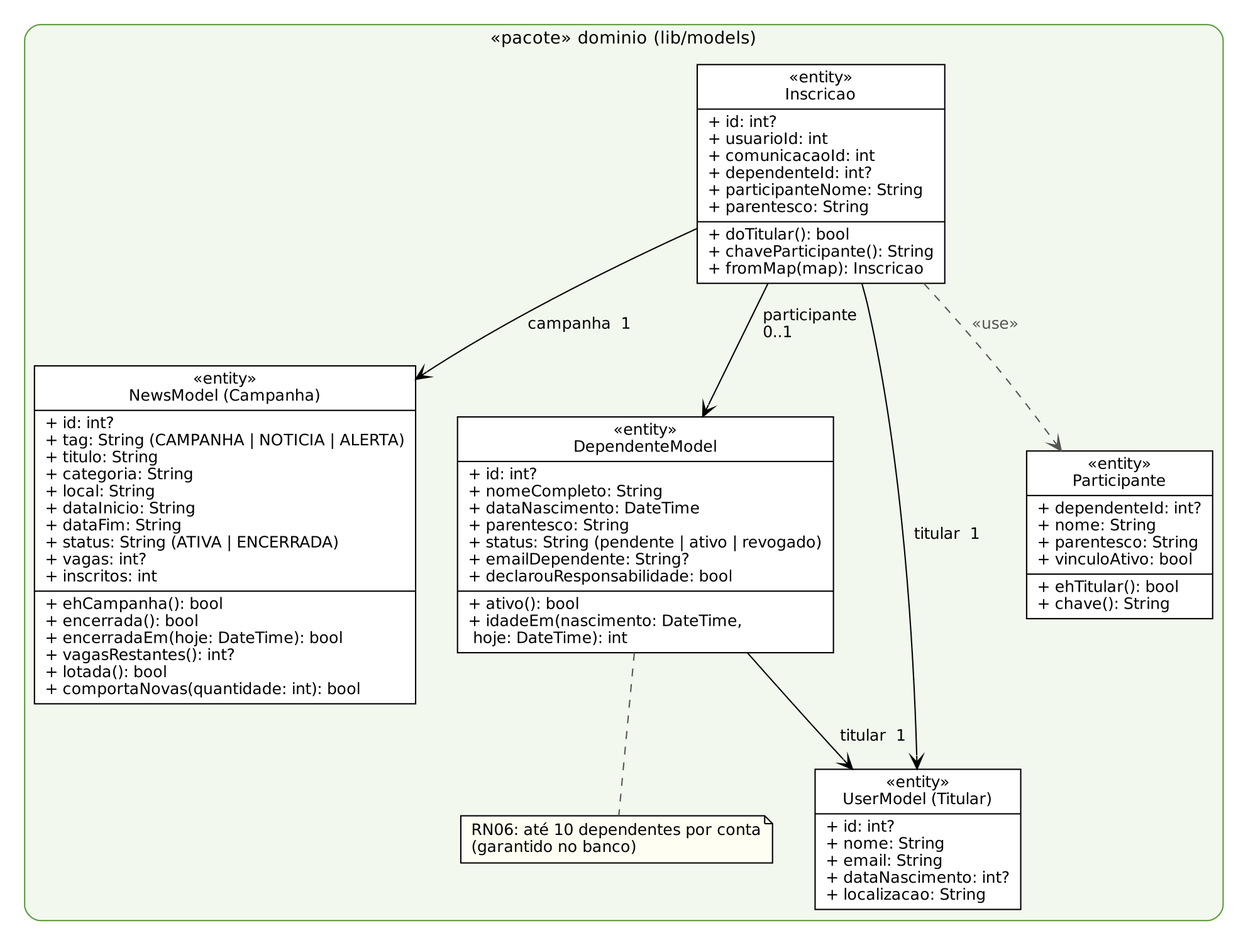
Conecta-Vida/Conecta-Vida-Mobile keeps this Graphviz diagram as qualidade/diagramas/ex02_classes_dominio.png. Above is the earlier version. Its source is kept beside it as qualidade/diagramas/ex02_classes_dominio.dot.
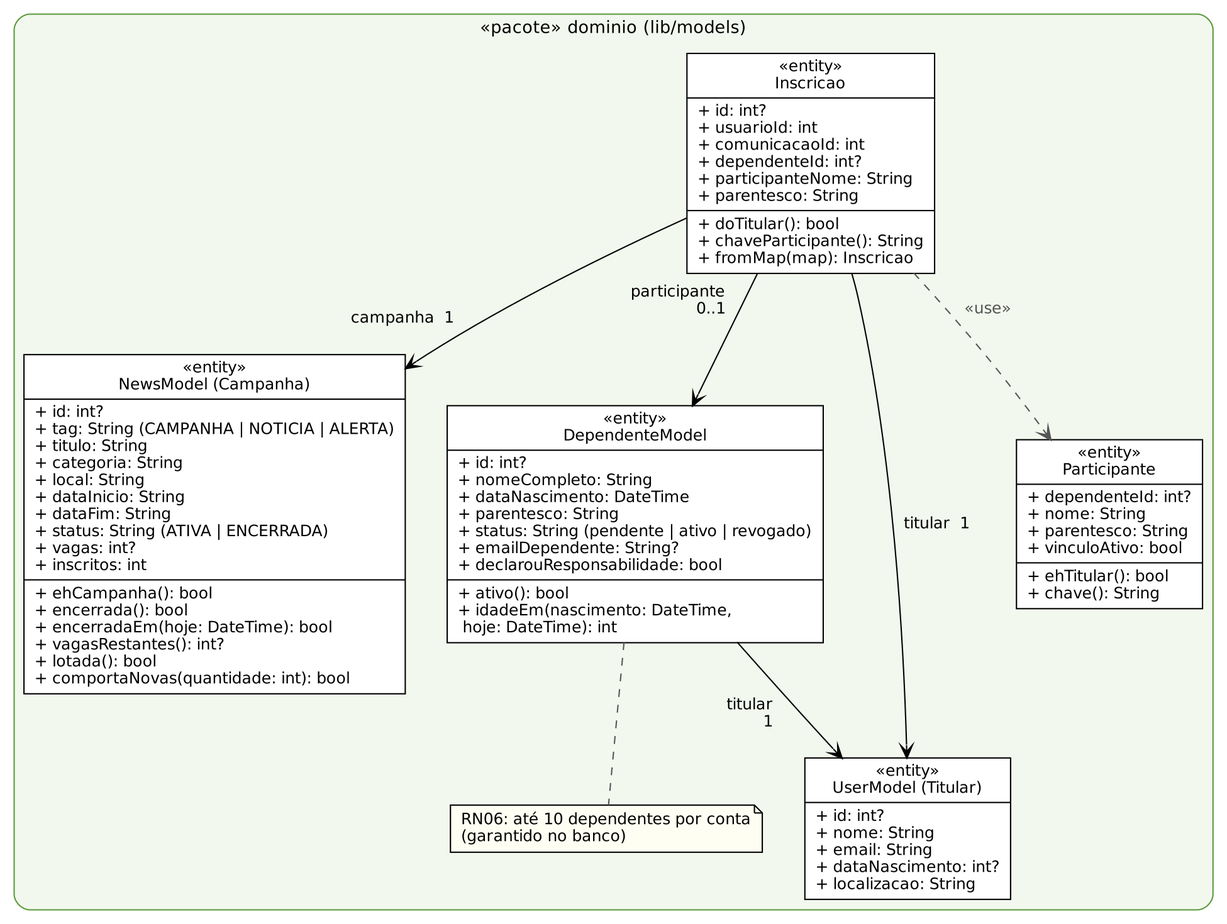
After the commit.

Change to the diagram source:
```diff
@@ -1,19 +1,98 @@
 digraph dominio {
-  graph [rankdir=TB, fontname="DejaVu Sans", fontsize=13, nodesep=0.45, ranksep=0.5, pad=0.15];
-  node  [shape=record, fontname="DejaVu Sans", fontsize=12, style=filled, fillcolor="#ffffff"];
-  edge  [fontname="DejaVu Sans", fontsize=12];
-  subgraph cluster_dom { label="«pacote» dominio (lib/models)"; style="rounded,filled"; fillcolor="#f2f8ee"; color="#5b9a3c";
-    Inscricao [label="{«entity»\nInscricao|+ id: int?\l+ usuarioId: int\l+ comunicacaoId: int\l+ dependenteId: int?\l+ participanteNome: String\l+ parentesco: String\l|+ doTitular(): bool\l+ chaveParticipante(): String\l+ fromMap(map): Inscricao\l}"];
-    Campanha [label="{«entity»\nNewsModel (Campanha)|+ id: int?\l+ tag: String (CAMPANHA \| NOTICIA \| ALERTA)\l+ titulo: String\l+ categoria: String\l+ local: String\l+ dataInicio: String\l+ dataFim: String\l+ status: String (ATIVA \| ENCERRADA)\l+ vagas: int?\l+ inscritos: int\l|+ ehCampanha(): bool\l+ encerrada(): bool\l+ encerradaEm(hoje: DateTime): bool\l+ vagasRestantes(): int?\l+ lotada(): bool\l+ comportaNovas(quantidade: int): bool\l}"];
-    Dependente [label="{«entity»\nDependenteModel|+ id: int?\l+ nomeCompleto: String\l+ dataNascimento: DateTime\l+ parentesco: String\l+ status: String (pendente \| ativo \| revogado)\l+ emailDependente: String?\l+ declarouResponsabilidade: bool\l|+ ativo(): bool\l+ idadeEm(nascimento: DateTime,\l      hoje: DateTime): int\l}"];
-    Usuario [label="{«entity»\nUserModel (Titular)|+ id: int?\l+ nome: String\l+ email: String\l+ dataNascimento: int?\l+ localizacao: String\l}"];
-    NotaRN06 [shape=note, fontsize=12, fillcolor="#fffef2", label="RN06: até 10 dependentes por conta\l(garantido no banco)\l"];
-    Participante [label="{«entity»\nParticipante|+ dependenteId: int?\l+ nome: String\l+ parentesco: String\l+ vinculoAtivo: bool\l|+ ehTitular(): bool\l+ chave(): String\l}"];
-  }
-  Inscricao -> Campanha [arrowhead=vee, label="campanha  1"];
-  Inscricao -> Usuario [arrowhead=vee, label="titular  1"];
-  Inscricao -> Dependente [arrowhead=vee, label="  participante\l  0..1\l"];
-  Dependente -> Usuario [arrowhead=vee, label="  titular  1"];
-  Dependente -> NotaRN06 [style=dashed, arrowhead=none, color="#555555"];
-  Inscricao -> Participante [style=dashed, arrowhead=vee, label="«use»", color="#555555", fontcolor="#555555"];
+	graph [layout=nop2,
+		dpi=150,
+		bb="0,0,931,700",
+		fontname="DejaVu Sans",
+		fontsize=13,
+		nodesep=0.45,
+		pad=0.15,
+		rankdir=TB,
+		ranksep=0.5
+	];
+	node [fillcolor="#ffffff",
+		fontname="DejaVu Sans",
+		fontsize=12,
+		label="\N",
+		shape=record,
+		style=filled
+	];
+	edge [fontname="DejaVu Sans",
+		fontsize=12
+	];
+	subgraph cluster_dom {
+		graph [bb="8,8,923,692",
+			color="#5b9a3c",
+			fillcolor="#f2f8ee",
+			label="«pacote» dominio (lib/models)",
+			lheight=0.19,
+			lp="465.5,681",
+			lwidth=2.83,
+			style="rounded,filled"
+		];
+		Inscricao	[height=2.3333,
+			label="{«entity»\nInscricao|+ id: int?\l+ usuarioId: int\l+ comunicacaoId: int\l+ dependenteId: int?\l+ participanteNome: String\l+ parentesco: \
+String\l|+ doTitular(): bool\l+ chaveParticipante(): String\l+ fromMap(map): Inscricao\l}",
+			pos="616,578",
+			rects="521.5,627.5,710.5,661.5 521.5,541.5,710.5,627.5 521.5,494.5,710.5,541.5",
+			width=2.625];
+		Campanha	[height=3.5972,
+			label="{«entity»\nNewsModel (Campanha)|+ id: int?\l+ tag: String (CAMPANHA \| NOTICIA \| ALERTA)\l+ titulo: String\l+ categoria: String\l+ \
+local: String\l+ dataInicio: String\l+ dataFim: String\l+ status: String (ATIVA \| ENCERRADA)\l+ vagas: int?\l+ inscritos: int\l|+ \
+ehCampanha(): bool\l+ encerrada(): bool\l+ encerradaEm(hoje: DateTime): bool\l+ vagasRestantes(): int?\l+ lotada(): bool\l+ comportaNovas(\
+quantidade: int): bool\l}",
+			pos="161,302.5",
+			rects="15.5,397.5,306.5,431.5 15.5,259.5,306.5,397.5 15.5,173.5,306.5,259.5",
+			width=4.0417];
+		Inscricao -> Campanha	[arrowhead=vee,
+			label="campanha  1\l",
+			lp="304.4,459.5",
+			pos="e,306.56,421.21 521.23,536.29 462.48,509.56 386.39,472.19 323,432 320.36,430.32 317.71,428.61 315.05,426.87"];
+		Dependente	[height=2.5139,
+			label="{«entity»\nDependenteModel|+ id: int?\l+ nomeCompleto: String\l+ dataNascimento: DateTime\l+ parentesco: String\l+ status: String (\
+pendente \| ativo \| revogado)\l+ emailDependente: String?\l+ declarouResponsabilidade: bool\l|+ ativo(): bool\l+ idadeEm(nascimento: \
+DateTime,\l      hoje: DateTime): int\l}",
+			pos="482,302.5",
+			rects="338.5,358.5,625.5,392.5 338.5,259.5,625.5,358.5 338.5,212.5,625.5,259.5",
+			width=3.9861];
+		Inscricao -> Dependente	[arrowhead=vee,
+			label="participante\r0..1\r",
+			lp="515.0,473.0",
+			pos="e,525.69,392.68 575.43,494.2 561.19,465.13 545.05,432.19 530.24,401.97"];
+		Usuario	[height=1.5,
+			label="{«entity»\nUserModel (Titular)|+ id: int?\l+ nome: String\l+ email: String\l+ dataNascimento: int?\l+ localizacao: String\l}",
+			pos="690,70",
+			rects="611.5,89.5,768.5,123.5 611.5,16.5,768.5,89.5",
+			width=2.1806];
+		Inscricao -> Usuario	[arrowhead=vee,
+			label="titular  1",
+			lp="712.5,302.5",
+			pos="e,689.36,123.78 647.27,494.24 649.04,488.12 650.64,481.99 652,476 678.87,357.18 686.78,214.59 689.09,134.22"];
+		Participante	[height=1.7917,
+			label="{«entity»\nParticipante|+ dependenteId: int?\l+ nome: String\l+ parentesco: String\l+ vinculoAtivo: bool\l|+ ehTitular(): bool\l+ \
+chave(): String\l}",
+			pos="844,302.5",
+			rects="773,332.5,915,366.5 773,272.5,915,332.5 773,238.5,915,272.5",
+			width=1.9722];
+		Inscricao -> Participante	[arrowhead=vee,
+			color="#555555",
+			fontcolor="#555555",
+			label=«use»,
+			lp="751.6,466.6",
+			pos="e,799.39,366.6 694.55,494.38 712.84,474.33 731.94,452.69 749,432 763.91,413.91 779.33,393.77 793.29,374.89",
+			style=dashed];
+		Dependente -> Usuario	[arrowhead=vee,
+			label="titular\r1\r",
+			lp="569.7,157.7",
+			pos="e,640.05,123.55 559.8,212.46 580.22,189.38 602.31,164.65 623,142 626.26,138.43 629.62,134.78 633.02,131.11"];
+		NotaRN06	[fillcolor="#fffef2",
+			height=0.5,
+			label="RN06: até 10 dependentes por conta\l(garantido no banco)\l",
+			pos="460,70",
+			shape=note,
+			width=3.3056];
+		Dependente -> NotaRN06	[arrowhead=none,
+			color="#555555",
+			pos="473.49,212.38 469.09,166.27 464.13,114.26 461.63,88.052",
+			style=dashed];
+	}
 }
```
